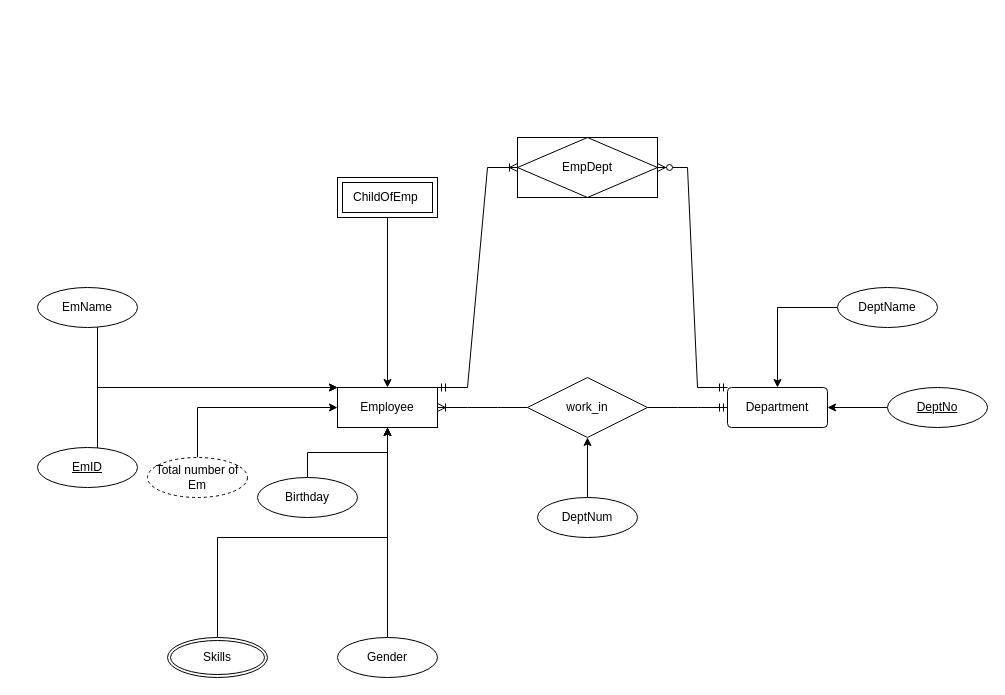
Earlier version of the draw.io diagram bai1sql.drawio (frozenproof/dactaphanmem). Source tidied: cells renumbered, new cells numbered last; positions are measured from the earlier drawing's top-left corner, leaving out a move shared by most shapes. Both pictures are drawn from the tidied source at 100%, with x=0, y=0 at pixel (37, 137).
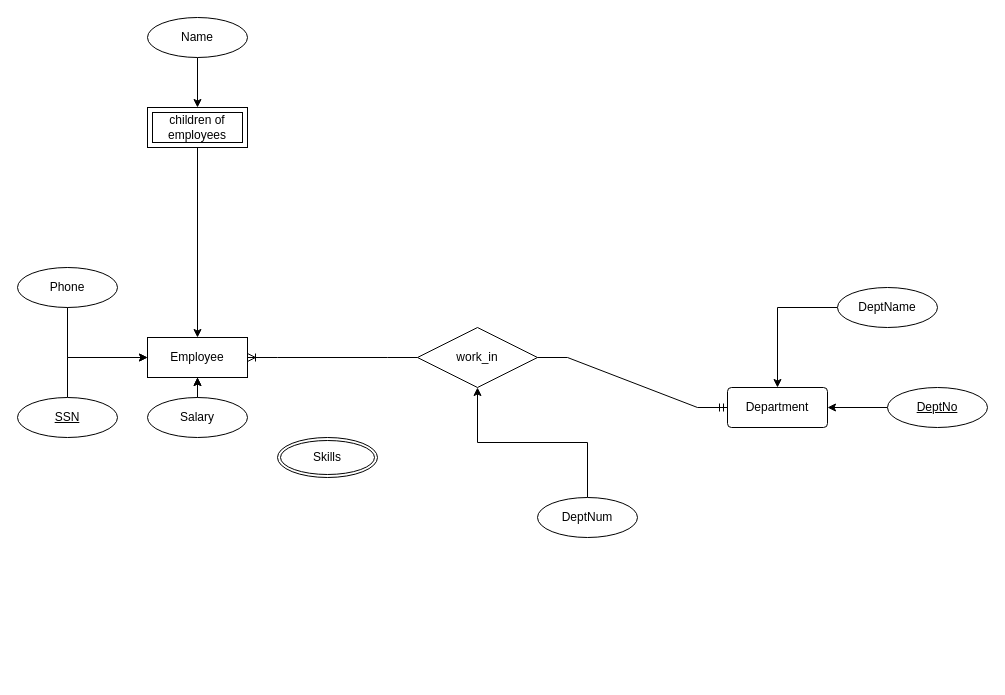
Above is the later version.

Unchanged cells that the change refers to:
```xml
<mxCell id="5" value="Department" style="rounded=1;arcSize=10;whiteSpace=wrap;html=1;align=center;" parent="1" vertex="1">
  <mxGeometry x="690" y="250" width="100" height="40" as="geometry" />
</mxCell>
```

Change to the diagram source:
```diff
@@
     <mxCell id="2" value="Employee" style="whiteSpace=wrap;html=1;align=center;" parent="1" vertex="1">
-      <mxGeometry x="300" y="250" width="100" height="40" as="geometry" />
+      <mxGeometry x="110" y="200" width="100" height="40" as="geometry" />
     </mxCell>
-    <mxCell id="3" style="edgeStyle=orthogonalEdgeStyle;rounded=0;jettySize=auto;html=1;" parent="1" edge="1" source="4" target="2">
+    <mxCell id="3" style="edgeStyle=orthogonalEdgeStyle;rounded=0;jettySize=auto;html=1;exitX=0.5;exitY=0;exitDx=0;exitDy=0;" parent="1" edge="1" source="4" target="2">
       <mxGeometry relative="1" as="geometry">
         <Array as="points">
-          <mxPoint x="60" y="250" />
+          <mxPoint x="30" y="220" />
         </Array>
       </mxGeometry>
     </mxCell>
-    <mxCell id="4" value="EmID" style="ellipse;whiteSpace=wrap;html=1;align=center;fontStyle=4;" parent="1" vertex="1">
-      <mxGeometry y="310" width="100" height="40" as="geometry" />
+    <mxCell id="4" value="Phone" style="ellipse;whiteSpace=wrap;html=1;align=center;fontStyle=0;" parent="1" vertex="1">
+      <mxGeometry x="-20" y="130" width="100" height="40" as="geometry" />
     </mxCell>
@@
     <mxCell id="6" style="edgeStyle=orthogonalEdgeStyle;rounded=0;jettySize=auto;html=1;" parent="1" edge="1" source="7" target="2">
       <mxGeometry relative="1" as="geometry">
         <Array as="points">
-          <mxPoint x="60" y="250" />
+          <mxPoint x="30" y="220" />
         </Array>
       </mxGeometry>
     </mxCell>
-    <mxCell id="7" value="EmName" style="ellipse;whiteSpace=wrap;html=1;align=center;" parent="1" vertex="1">
-      <mxGeometry y="150" width="100" height="40" as="geometry" />
+    <mxCell id="7" value="SSN" style="ellipse;whiteSpace=wrap;html=1;align=center;fontStyle=4;" parent="1" vertex="1">
+      <mxGeometry x="-20" y="260" width="100" height="40" as="geometry" />
     </mxCell>
@@
-    <mxCell id="9" value="Birthday" style="ellipse;whiteSpace=wrap;html=1;align=center;" parent="1" vertex="1">
-      <mxGeometry x="220" y="340" width="100" height="40" as="geometry" />
-    </mxCell>
-    <mxCell id="10" style="edgeStyle=orthogonalEdgeStyle;rounded=0;jettySize=auto;html=1;" parent="1" edge="1" source="11" target="2">
-      <mxGeometry relative="1" as="geometry" />
-    </mxCell>
-    <mxCell id="11" value="Gender" style="ellipse;whiteSpace=wrap;html=1;align=center;" parent="1" vertex="1">
-      <mxGeometry x="300" y="500" width="100" height="40" as="geometry" />
-    </mxCell>
-    <mxCell id="12" style="edgeStyle=orthogonalEdgeStyle;rounded=0;jettySize=auto;html=1;" parent="1" edge="1" source="13" target="2">
-      <mxGeometry relative="1" as="geometry">
-        <Array as="points">
-          <mxPoint x="180" y="400" />
-        </Array>
-      </mxGeometry>
+    <mxCell id="12" style="edgeStyle=orthogonalEdgeStyle;rounded=0;jettySize=auto;html=1;" parent="1" edge="1" source="9" target="2">
+      <mxGeometry relative="1" as="geometry" />
     </mxCell>
     <mxCell id="13" value="Skills" style="ellipse;shape=doubleEllipse;margin=3;whiteSpace=wrap;html=1;align=center;" parent="1" vertex="1">
-      <mxGeometry x="130" y="500" width="100" height="40" as="geometry" />
+      <mxGeometry x="240" y="300" width="100" height="40" as="geometry" />
     </mxCell>
-    <mxCell id="14" style="edgeStyle=orthogonalEdgeStyle;rounded=0;jettySize=auto;html=1;entryX=0;entryY=0.5;entryDx=0;entryDy=0;exitX=0.5;exitY=0;exitDx=0;exitDy=0;" parent="1" edge="1" source="15" target="2">
-      <mxGeometry relative="1" as="geometry">
-        <Array as="points">
-          <mxPoint x="160" y="270" />
-        </Array>
-      </mxGeometry>
-    </mxCell>
-    <mxCell id="15" value="Total number of &lt;br&gt;Em" style="ellipse;whiteSpace=wrap;html=1;align=center;dashed=1;" parent="1" vertex="1">
-      <mxGeometry x="110" y="320" width="100" height="40" as="geometry" />
-    </mxCell>
@@
     <mxCell id="20" value="work_in" style="shape=rhombus;perimeter=rhombusPerimeter;whiteSpace=wrap;html=1;align=center;" parent="1" vertex="1">
-      <mxGeometry x="490" y="240" width="120" height="60" as="geometry" />
+      <mxGeometry x="380" y="190" width="120" height="60" as="geometry" />
     </mxCell>
@@
-    <mxCell id="26" value="ChildOfEmp&amp;nbsp;" style="shape=ext;margin=3;double=1;whiteSpace=wrap;html=1;align=center;" parent="1" vertex="1">
-      <mxGeometry x="300" y="40" width="100" height="40" as="geometry" />
+    <mxCell id="26" value="children of &lt;br/&gt;employees" style="shape=ext;margin=3;double=1;whiteSpace=wrap;html=1;align=center;" parent="1" vertex="1">
+      <mxGeometry x="110" y="-30" width="100" height="40" as="geometry" />
     </mxCell>
-    <mxCell id="27" value="EmpDept" style="shape=associativeEntity;whiteSpace=wrap;html=1;align=center;" parent="1" vertex="1">
-      <mxGeometry x="480" width="140" height="60" as="geometry" />
-    </mxCell>
-    <mxCell id="28" style="edgeStyle=entityRelationEdgeStyle;fontSize=12;html=1;endArrow=ERzeroToMany;startArrow=ERmandOne;rounded=0;exitX=0;exitY=0;exitDx=0;exitDy=0;entryX=1;entryY=0.5;entryDx=0;entryDy=0;" parent="1" edge="1" source="5" target="27">
-      <mxGeometry relative="1" as="geometry" />
-    </mxCell>
-    <mxCell id="29" style="edgeStyle=entityRelationEdgeStyle;fontSize=12;html=1;endArrow=ERoneToMany;startArrow=ERmandOne;rounded=0;entryX=0;entryY=0.5;entryDx=0;entryDy=0;exitX=1;exitY=0;exitDx=0;exitDy=0;" parent="1" edge="1" source="2" target="27">
-      <mxGeometry relative="1" as="geometry" />
-    </mxCell>
+    <mxCell id="9" value="Salary" style="ellipse;whiteSpace=wrap;html=1;align=center;" parent="1" vertex="1">
+      <mxGeometry x="110" y="260" width="100" height="40" as="geometry" />
+    </mxCell>
+    <mxCell id="30" style="edgeStyle=orthogonalEdgeStyle;rounded=0;jettySize=auto;html=1;" parent="1" edge="1" source="31" target="26">
+      <mxGeometry relative="1" as="geometry" />
+    </mxCell>
+    <mxCell id="31" value="Name" style="ellipse;whiteSpace=wrap;html=1;align=center;" parent="1" vertex="1">
+      <mxGeometry x="110" y="-120" width="100" height="40" as="geometry" />
+    </mxCell>
```
